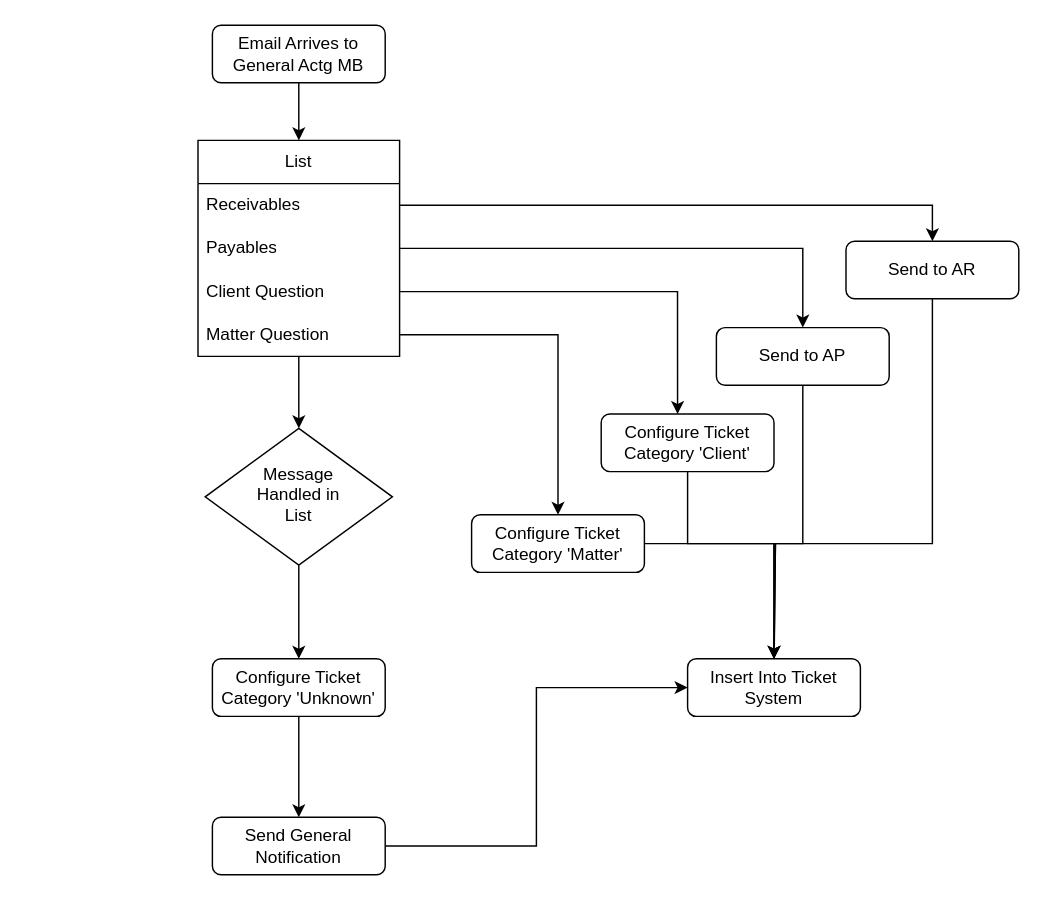
kevsvec/kevsvec keeps this draw.io diagram as BeckerPoliakoff-Accounting.drawio. Above is the earlier version. Source tidied: cells renumbered, new cells numbered last; positions are measured from the earlier drawing's top-left corner, leaving out a move shared by most shapes. Both pictures are drawn from the tidied source at 144%, with x=0, y=0 at pixel (197, 24).
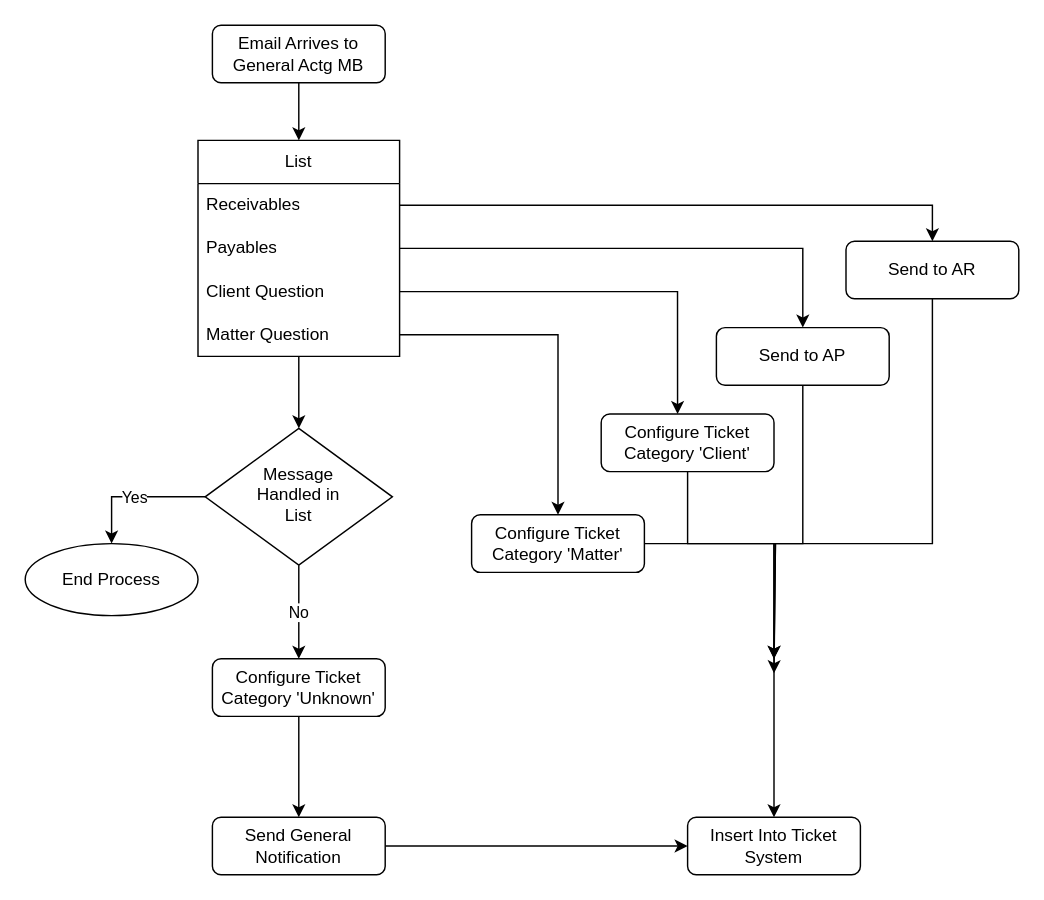
The same diagram, later.

The change refers to these unchanged cells:
```xml
<mxCell id="5" value="Message&lt;div&gt;Handled in&lt;/div&gt;&lt;div&gt;List&lt;/div&gt;" style="rhombus;whiteSpace=wrap;html=1;shadow=0;fontFamily=Helvetica;fontSize=12;align=center;strokeWidth=1;spacing=6;spacingTop=-4;" parent="1" vertex="1">
  <mxGeometry x="5" y="280" width="130" height="95" as="geometry" />
</mxCell>
<mxCell id="28" value="Configure Ticket&lt;div&gt;Category 'Unknown'&lt;/div&gt;" style="rounded=1;whiteSpace=wrap;html=1;fontSize=12;glass=0;strokeWidth=1;shadow=0;" parent="1" vertex="1">
  <mxGeometry x="10" y="440" width="120" height="40" as="geometry" />
</mxCell>
```

The edit, as a diff of the source:
```diff
@@
-    <mxCell id="4" style="edgeStyle=orthogonalEdgeStyle;rounded=0;jettySize=auto;html=1;entryX=0.5;entryY=0;entryDx=0;entryDy=0;" parent="1" edge="1" source="5" target="28">
+    <mxCell id="4" value="No" style="edgeStyle=orthogonalEdgeStyle;rounded=0;jettySize=auto;html=1;entryX=0.5;entryY=0;entryDx=0;entryDy=0;" parent="1" edge="1" source="5" target="28">
       <mxGeometry relative="1" as="geometry" />
     </mxCell>
+    <mxCell id="29" value="Yes" style="edgeStyle=orthogonalEdgeStyle;rounded=0;jettySize=auto;html=1;entryX=0.5;entryY=0;entryDx=0;entryDy=0;" parent="1" edge="1" source="5" target="30">
+      <mxGeometry relative="1" as="geometry" />
+    </mxCell>
@@
     <mxCell id="10" value="Insert Into Ticket System" style="rounded=1;whiteSpace=wrap;html=1;fontSize=12;glass=0;strokeWidth=1;shadow=0;" parent="1" vertex="1">
-      <mxGeometry x="340" y="440" width="120" height="40" as="geometry" />
+      <mxGeometry x="340" y="550" width="120" height="40" as="geometry" />
     </mxCell>
@@
+    <mxCell id="30" value="End Process" style="ellipse;whiteSpace=wrap;html=1;" parent="1" vertex="1">
+      <mxGeometry x="-120" y="360" width="120" height="50" as="geometry" />
+    </mxCell>
```
